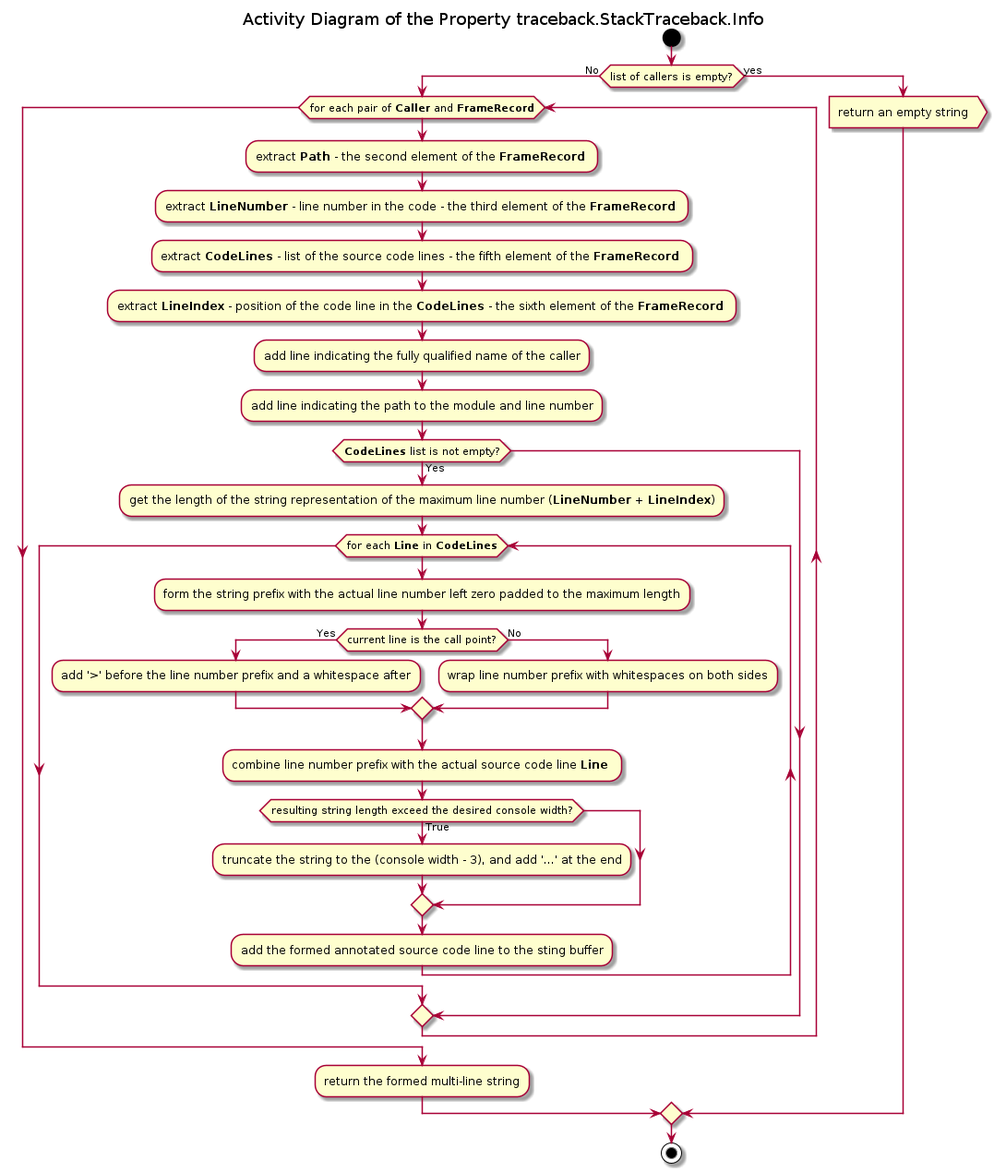
Above: Documentation/UML/traceback/traceback_stacktraceback_info.png in FooBarShebang/introspection_lib (PlantUML), before the change.
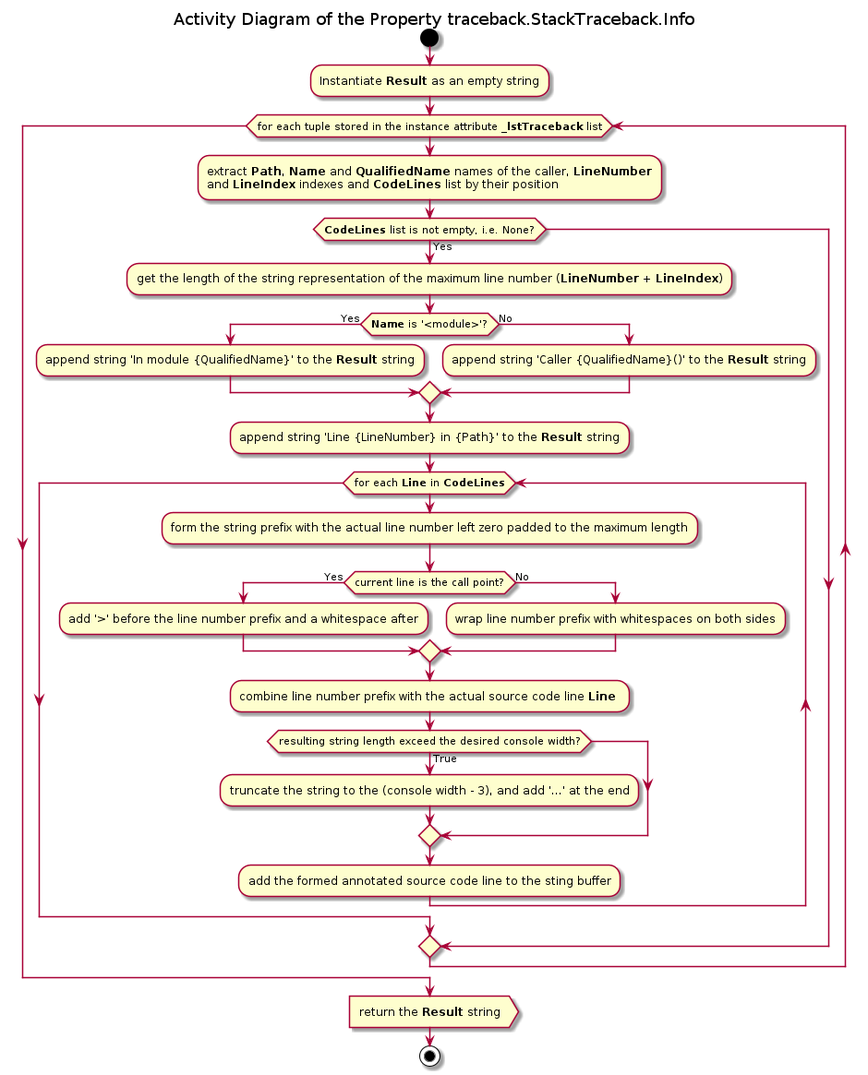
Later version of the same file.

The edit, as a diff of the source:
```diff
@@ -4,22 +4,21 @@
 
 start
 
-if (list of callers is empty?) then (No)
-    while (for each pair of <b>Caller</b> and <b>FrameRecord</b>)
-        :extract <b>Path</b> - the second element of the <b>FrameRecord</b> ;
+:Instantiate <b>Result</b> as an empty string;
 
-        :extract <b>LineNumber</b> - line number in the code - the third element of the <b>FrameRecord</b> ;
+while (for each tuple stored in the instance attribute <b>_lstTraceback</b> list)
+    :extract <b>Path</b>, <b>Name</b> and <b>QualifiedName</b> names of the caller, <b>LineNumber</b>\nand <b>LineIndex</b> indexes and <b>CodeLines</b> list by their position;
 
-        :extract <b>CodeLines</b> - list of the source code lines - the fifth element of the <b>FrameRecord</b> ;
+    if (<b>CodeLines</b> list is not empty, i.e. None?) then (Yes)
+        :get the length of the string representation of the maximum line number (<b>LineNumber + LineIndex</b>);
 
-        :extract <b>LineIndex</b> - position of the code line in the <b>CodeLines</b> - the sixth element of the <b>FrameRecord</b> ;
+        if (<b>Name</b> is '<module>'?) then (Yes)
+            :append string 'In module {QualifiedName}' to the <b>Result</b> string;
+        else (No)
+            :append string 'Caller {QualifiedName}()' to the <b>Result</b> string;
+        endif
 
-        :add line indicating the fully qualified name of the caller;
-
-        :add line indicating the path to the module and line number;
-
-        if (<b>CodeLines</b> list is not empty?) then (Yes)
-        :get the length of the string representation of the maximum line number (<b>LineNumber + LineIndex</b>);
+        :append string 'Line {LineNumber} in {Path}' to the <b>Result</b> string;
 
         while (for each <b>Line</b> in <b>CodeLines</b>)
             :form the string prefix with the actual line number left zero padded to the maximum length;
@@ -38,13 +37,10 @@
 
             :add the formed annotated source code line to the sting buffer;
         end while
-        endif
-    end while
+    endif
+end while
 
-    :return the formed multi-line string;
-else (yes)
-    :return an empty string>
-endif
+:return the <b>Result</b> string>
 
 stop
 
```
